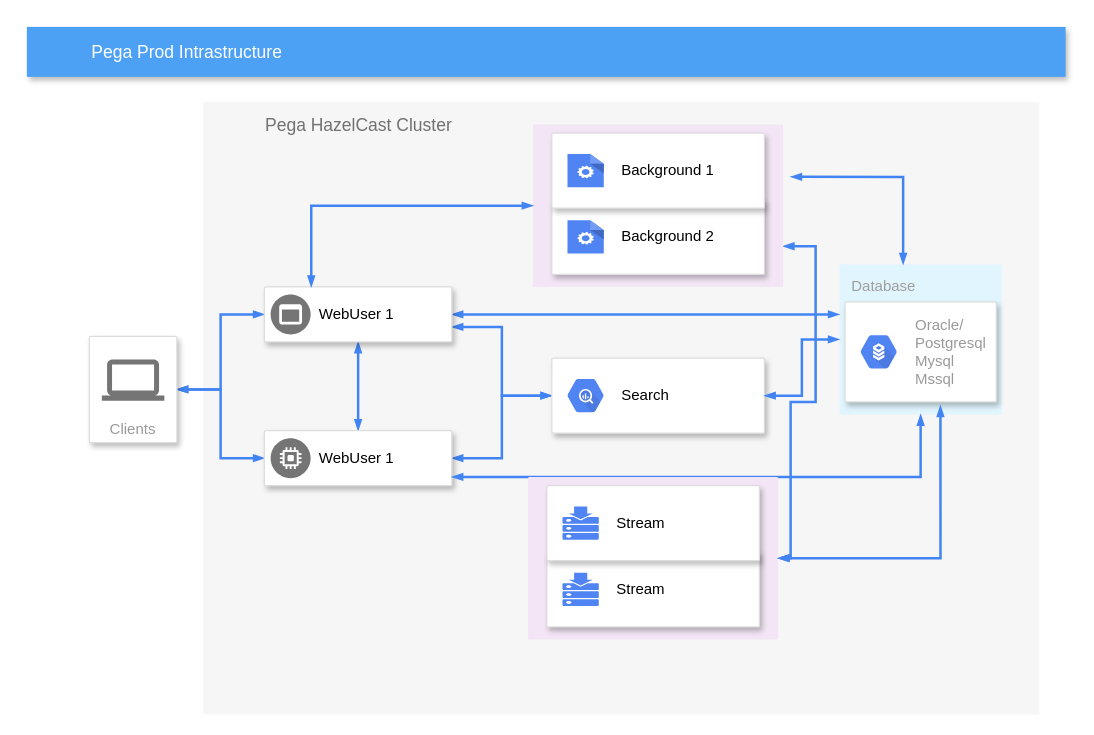
Before: Untitled Diagram.drawio in ergun598/CloudTest, a draw.io diagram. Source tidied: cells renumbered, new cells numbered last; positions are measured from the earlier drawing's top-left corner, leaving out a move shared by most shapes. Both pictures are drawn from the tidied source at 125%, with x=0, y=0 at pixel (26, 26).
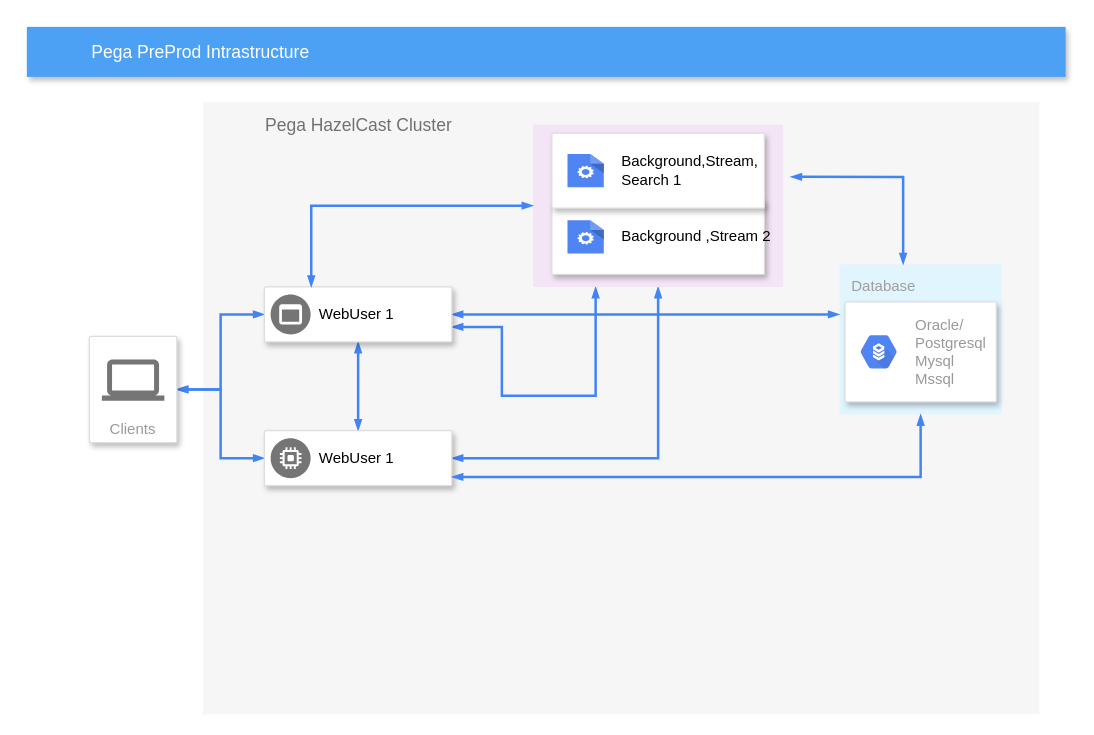
The same page after the edit.

Unchanged cells that the change refers to:
```xml
<mxCell id="3" value="Database" style="rounded=1;absoluteArcSize=1;arcSize=2;html=1;strokeColor=none;gradientColor=none;shadow=0;dashed=0;strokeColor=none;fontSize=12;fontColor=#9E9E9E;align=left;verticalAlign=top;spacing=10;spacingTop=-4;fillColor=#E1F5FE;" parent="1" vertex="1">
  <mxGeometry x="650" y="190" width="130" height="120" as="geometry" />
</mxCell>
<mxCell id="12" style="strokeColor=#dddddd;fillColor=#ffffff;shadow=1;strokeWidth=1;rounded=1;absoluteArcSize=1;arcSize=2;fontSize=10;fontColor=#999999;align=left;html=1;" parent="1" vertex="1">
  <mxGeometry x="190" y="208" width="150" height="44" as="geometry" />
</mxCell>
<mxCell id="15" style="strokeColor=#dddddd;fillColor=#ffffff;shadow=1;strokeWidth=1;rounded=1;absoluteArcSize=1;arcSize=2;fontSize=10;fontColor=#999999;align=left;html=1;" parent="1" vertex="1">
  <mxGeometry x="190" y="323" width="150" height="44" as="geometry" />
</mxCell>
<mxCell id="19" style="strokeColor=#dddddd;fillColor=#ffffff;shadow=1;strokeWidth=1;rounded=1;absoluteArcSize=1;arcSize=2;fontSize=10;fontColor=#999999;align=left;html=1;" parent="1" vertex="1">
  <mxGeometry x="654.5" y="220" width="121" height="80" as="geometry" />
</mxCell>
<mxCell id="30" style="sketch=0;points=[[0,0,0],[0.25,0,0],[0.5,0,0],[0.75,0,0],[1,0,0],[1,0.25,0],[1,0.5,0],[1,0.75,0],[1,1,0],[0.75,1,0],[0.5,1,0],[0.25,1,0],[0,1,0],[0,0.75,0],[0,0.5,0],[0,0.25,0]];rounded=1;absoluteArcSize=1;arcSize=2;html=1;strokeColor=none;gradientColor=none;shadow=0;dashed=0;fontSize=12;fontColor=#9E9E9E;align=left;verticalAlign=top;spacing=10;spacingTop=-4;whiteSpace=wrap;fillColor=#F3E5F5;" parent="1" vertex="1">
  <mxGeometry x="405" y="78" width="200" height="130" as="geometry" />
</mxCell>
<mxCell id="31" style="strokeColor=#dddddd;fillColor=#ffffff;shadow=1;strokeWidth=1;rounded=1;absoluteArcSize=1;arcSize=2;fontSize=10;fontColor=#999999;align=left;html=1;" parent="1" vertex="1">
  <mxGeometry x="420" y="138" width="170" height="60" as="geometry" />
</mxCell>
<mxCell id="33" style="strokeColor=#dddddd;fillColor=#ffffff;shadow=1;strokeWidth=1;rounded=1;absoluteArcSize=1;arcSize=2;fontSize=10;fontColor=#999999;align=left;html=1;" parent="1" vertex="1">
  <mxGeometry x="420" y="85" width="170" height="60" as="geometry" />
</mxCell>
```

What changed in the source:
```diff
@@
-    <mxCell id="4" value="Pega Prod Intrastructure" style="fillColor=#4DA1F5;strokeColor=none;shadow=1;gradientColor=none;fontSize=14;align=left;spacingLeft=50;fontColor=#ffffff;html=1;" parent="1" vertex="1">
+    <mxCell id="4" value="Pega PreProd Intrastructure" style="fillColor=#4DA1F5;strokeColor=none;shadow=1;gradientColor=none;fontSize=14;align=left;spacingLeft=50;fontColor=#ffffff;html=1;" parent="1" vertex="1">
       <mxGeometry width="831" height="40" as="geometry" />
     </mxCell>
@@
-    <mxCell id="11" style="edgeStyle=orthogonalEdgeStyle;rounded=0;html=1;labelBackgroundColor=none;startArrow=blockThin;startFill=1;endArrow=blockThin;endFill=1;jettySize=auto;strokeColor=#4284F3;strokeWidth=2;fontSize=10;fontColor=#999999;align=center;dashed=0;endSize=4;startSize=4;" parent="1" edge="1" source="12" target="17">
+    <mxCell id="11" style="edgeStyle=orthogonalEdgeStyle;rounded=0;html=1;labelBackgroundColor=none;startArrow=blockThin;startFill=1;endArrow=blockThin;endFill=1;jettySize=auto;strokeColor=#4284F3;strokeWidth=2;fontSize=10;fontColor=#999999;align=center;dashed=0;endSize=4;startSize=4;entryX=0.25;entryY=1;entryDx=0;entryDy=0;entryPerimeter=0;" parent="1" edge="1" source="12" target="30">
       <mxGeometry relative="1" as="geometry">
         <Array as="points">
           <mxPoint x="380" y="240" />
           <mxPoint x="380" y="295" />
+          <mxPoint x="455" y="295" />
         </Array>
       </mxGeometry>
     </mxCell>
@@
-    <mxCell id="14" style="edgeStyle=orthogonalEdgeStyle;rounded=0;html=1;labelBackgroundColor=none;startArrow=blockThin;startFill=1;endArrow=blockThin;endFill=1;jettySize=auto;strokeColor=#4284F3;strokeWidth=2;fontSize=10;fontColor=#999999;align=center;dashed=0;endSize=4;startSize=4;" parent="1" edge="1" source="15" target="17">
+    <mxCell id="14" style="edgeStyle=orthogonalEdgeStyle;rounded=0;html=1;labelBackgroundColor=none;startArrow=blockThin;startFill=1;endArrow=blockThin;endFill=1;jettySize=auto;strokeColor=#4284F3;strokeWidth=2;fontSize=10;fontColor=#999999;align=center;dashed=0;endSize=4;startSize=4;entryX=0.5;entryY=1;entryDx=0;entryDy=0;entryPerimeter=0;" parent="1" edge="1" source="15" target="30">
       <mxGeometry relative="1" as="geometry" />
     </mxCell>
@@
-    <mxCell id="17" style="strokeColor=#dddddd;fillColor=#ffffff;shadow=1;strokeWidth=1;rounded=1;absoluteArcSize=1;arcSize=2;fontSize=10;fontColor=#999999;align=left;html=1;" parent="1" vertex="1">
-      <mxGeometry x="420" y="265" width="170" height="60" as="geometry" />
-    </mxCell>
-    <mxCell id="18" value="&lt;font color=&quot;#000000&quot;&gt;Search&amp;nbsp;&lt;/font&gt;" style="dashed=0;html=1;fillColor=#5184F3;strokeColor=none;shape=mxgraph.gcp2.hexIcon;prIcon=bigquery;labelPosition=right;verticalLabelPosition=middle;align=left;verticalAlign=middle;spacingLeft=5;fontColor=#999999;fontSize=12;" parent="17" vertex="1">
-      <mxGeometry y="0.5" width="44" height="39" relative="1" as="geometry">
-        <mxPoint x="5" y="-19.5" as="offset" />
-      </mxGeometry>
-    </mxCell>
@@
-    <mxCell id="21" style="edgeStyle=orthogonalEdgeStyle;rounded=0;html=1;labelBackgroundColor=none;startArrow=blockThin;startFill=1;endArrow=blockThin;endFill=1;jettySize=auto;strokeColor=#4284F3;strokeWidth=2;fontSize=10;fontColor=#999999;align=center;dashed=0;endSize=4;startSize=4;" parent="1" edge="1" source="3" target="17">
-      <mxGeometry relative="1" as="geometry" />
-    </mxCell>
@@
-    <mxCell id="23" style="sketch=0;points=[[0,0,0],[0.25,0,0],[0.5,0,0],[0.75,0,0],[1,0,0],[1,0.25,0],[1,0.5,0],[1,0.75,0],[1,1,0],[0.75,1,0],[0.5,1,0],[0.25,1,0],[0,1,0],[0,0.75,0],[0,0.5,0],[0,0.25,0]];rounded=1;absoluteArcSize=1;arcSize=2;html=1;strokeColor=none;gradientColor=none;shadow=0;dashed=0;fontSize=12;fontColor=#9E9E9E;align=left;verticalAlign=top;spacing=10;spacingTop=-4;whiteSpace=wrap;fillColor=#F3E5F5;" parent="1" vertex="1">
-      <mxGeometry x="401" y="360" width="200" height="130" as="geometry" />
-    </mxCell>
-    <mxCell id="24" style="strokeColor=#dddddd;fillColor=#ffffff;shadow=1;strokeWidth=1;rounded=1;absoluteArcSize=1;arcSize=2;fontSize=10;fontColor=#999999;align=left;html=1;" parent="1" vertex="1">
-      <mxGeometry x="416" y="420" width="170" height="60" as="geometry" />
-    </mxCell>
-    <mxCell id="25" value="&lt;font color=&quot;#000000&quot;&gt;Stream&lt;/font&gt;" style="dashed=0;html=1;fillColor=#5184F3;strokeColor=none;shape=mxgraph.gcp2.hexIcon;prIcon=repository;labelPosition=right;verticalLabelPosition=middle;align=left;verticalAlign=middle;spacingLeft=5;fontColor=#999999;fontSize=12;" parent="24" vertex="1">
-      <mxGeometry y="0.5" width="44" height="39" relative="1" as="geometry">
-        <mxPoint x="5" y="-19.5" as="offset" />
-      </mxGeometry>
-    </mxCell>
-    <mxCell id="26" style="strokeColor=#dddddd;fillColor=#ffffff;shadow=1;strokeWidth=1;rounded=1;absoluteArcSize=1;arcSize=2;fontSize=10;fontColor=#999999;align=left;html=1;" parent="1" vertex="1">
-      <mxGeometry x="416" y="367" width="170" height="60" as="geometry" />
-    </mxCell>
-    <mxCell id="27" value="&lt;font color=&quot;#000000&quot;&gt;Stream&lt;/font&gt;" style="dashed=0;html=1;fillColor=#5184F3;strokeColor=none;shape=mxgraph.gcp2.hexIcon;prIcon=repository;labelPosition=right;verticalLabelPosition=middle;align=left;verticalAlign=middle;spacingLeft=5;fontColor=#999999;fontSize=12;" parent="26" vertex="1">
-      <mxGeometry y="0.5" width="44" height="39" relative="1" as="geometry">
-        <mxPoint x="5" y="-19.5" as="offset" />
-      </mxGeometry>
-    </mxCell>
-    <mxCell id="28" style="edgeStyle=orthogonalEdgeStyle;rounded=0;html=1;labelBackgroundColor=none;startArrow=blockThin;startFill=1;endArrow=blockThin;endFill=1;jettySize=auto;strokeColor=#4284F3;strokeWidth=2;fontSize=10;fontColor=#999999;align=center;dashed=0;endSize=4;startSize=4;entryX=0.631;entryY=1.038;entryDx=0;entryDy=0;entryPerimeter=0;exitX=1;exitY=0.5;exitDx=0;exitDy=0;exitPerimeter=0;" parent="1" edge="1" source="23" target="19">
-      <mxGeometry relative="1" as="geometry" />
-    </mxCell>
-    <mxCell id="29" style="edgeStyle=orthogonalEdgeStyle;rounded=0;html=1;labelBackgroundColor=none;startArrow=blockThin;startFill=1;endArrow=blockThin;endFill=1;jettySize=auto;strokeColor=#4284F3;strokeWidth=2;fontSize=10;fontColor=#999999;align=center;dashed=0;endSize=4;startSize=4;exitX=1;exitY=0.75;exitDx=0;exitDy=0;exitPerimeter=0;" parent="1" edge="1" source="30" target="23">
-      <mxGeometry relative="1" as="geometry">
-        <Array as="points">
-          <mxPoint x="631" y="176" />
-          <mxPoint x="631" y="300" />
-          <mxPoint x="611" y="300" />
-          <mxPoint x="611" y="425" />
-        </Array>
-      </mxGeometry>
-    </mxCell>
@@
-    <mxCell id="32" value="&lt;font color=&quot;#000000&quot;&gt;Background 2&lt;/font&gt;" style="dashed=0;html=1;fillColor=#5184F3;strokeColor=none;shape=mxgraph.gcp2.hexIcon;prIcon=process;labelPosition=right;verticalLabelPosition=middle;align=left;verticalAlign=middle;spacingLeft=5;fontColor=#999999;fontSize=12;" parent="31" vertex="1">
+    <mxCell id="32" value="&lt;font color=&quot;#000000&quot;&gt;Background ,Stream 2&lt;/font&gt;" style="dashed=0;html=1;fillColor=#5184F3;strokeColor=none;shape=mxgraph.gcp2.hexIcon;prIcon=process;labelPosition=right;verticalLabelPosition=middle;align=left;verticalAlign=middle;spacingLeft=5;fontColor=#999999;fontSize=12;" parent="31" vertex="1">
       <mxGeometry y="0.5" width="44" height="39" relative="1" as="geometry">
         <mxPoint x="5" y="-19.5" as="offset" />
       </mxGeometry>
     </mxCell>
@@
-    <mxCell id="34" value="&lt;font color=&quot;#000000&quot;&gt;Background 1&lt;/font&gt;" style="dashed=0;html=1;fillColor=#5184F3;strokeColor=none;shape=mxgraph.gcp2.hexIcon;prIcon=process;labelPosition=right;verticalLabelPosition=middle;align=left;verticalAlign=middle;spacingLeft=5;fontColor=#999999;fontSize=12;" parent="33" vertex="1">
+    <mxCell id="34" value="&lt;font color=&quot;#000000&quot;&gt;Background,Stream,&lt;br&gt;Search 1&lt;/font&gt;" style="dashed=0;html=1;fillColor=#5184F3;strokeColor=none;shape=mxgraph.gcp2.hexIcon;prIcon=process;labelPosition=right;verticalLabelPosition=middle;align=left;verticalAlign=middle;spacingLeft=5;fontColor=#999999;fontSize=12;" parent="33" vertex="1">
       <mxGeometry y="0.5" width="44" height="39" relative="1" as="geometry">
         <mxPoint x="5" y="-19.5" as="offset" />
       </mxGeometry>
     </mxCell>
```
